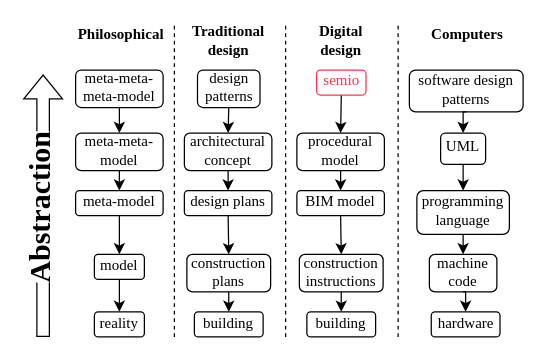
Above: docs/conceptual/simplifiedcontext.drawio in usalu/semio (draw.io), before the change. Source tidied: cells renumbered, new cells numbered last; positions are measured from the earlier drawing's top-left corner, leaving out a move shared by most shapes. Both pictures are drawn from the tidied source at 125%, with x=0, y=0 at pixel (42, 21).
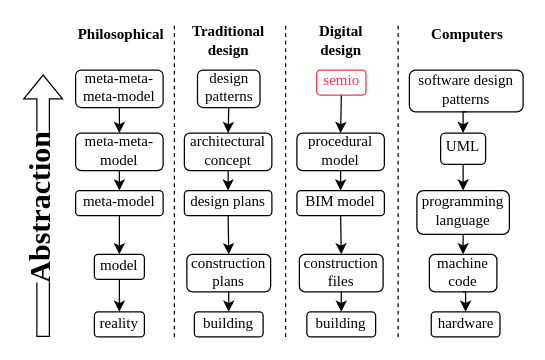
After the change.

What changed in the source:
```diff
@@
-    <mxCell id="27" value="construction instructions" style="rounded=1;whiteSpace=wrap;html=1;spacingTop=-3;fontFamily=Times New Roman;fillColor=none;" parent="1" vertex="1">
+    <mxCell id="27" value="construction files" style="rounded=1;whiteSpace=wrap;html=1;spacingTop=-3;fontFamily=Times New Roman;fillColor=none;" parent="1" vertex="1">
       <mxGeometry x="205" y="186" width="67" height="30" as="geometry" />
     </mxCell>
```
